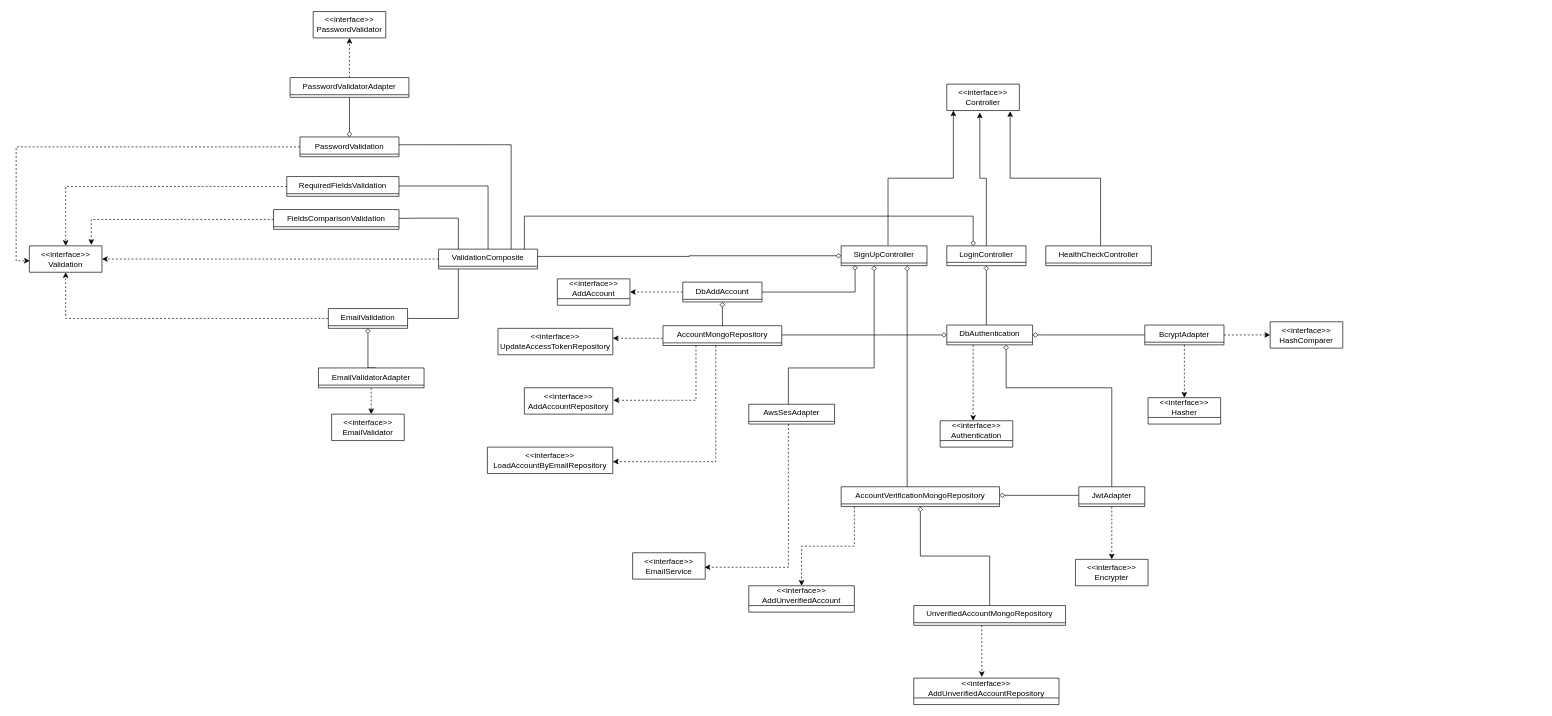
Earlier version of the draw.io diagram diagrams/UML/node-api.class.drawio (guimassoqueto/node-clean-api). Source tidied: cells renumbered, new cells numbered last; positions are measured from the earlier drawing's top-left corner, leaving out a move shared by most shapes. Both pictures are drawn from the tidied source at 66%, with x=0, y=0 at pixel (29, 11).
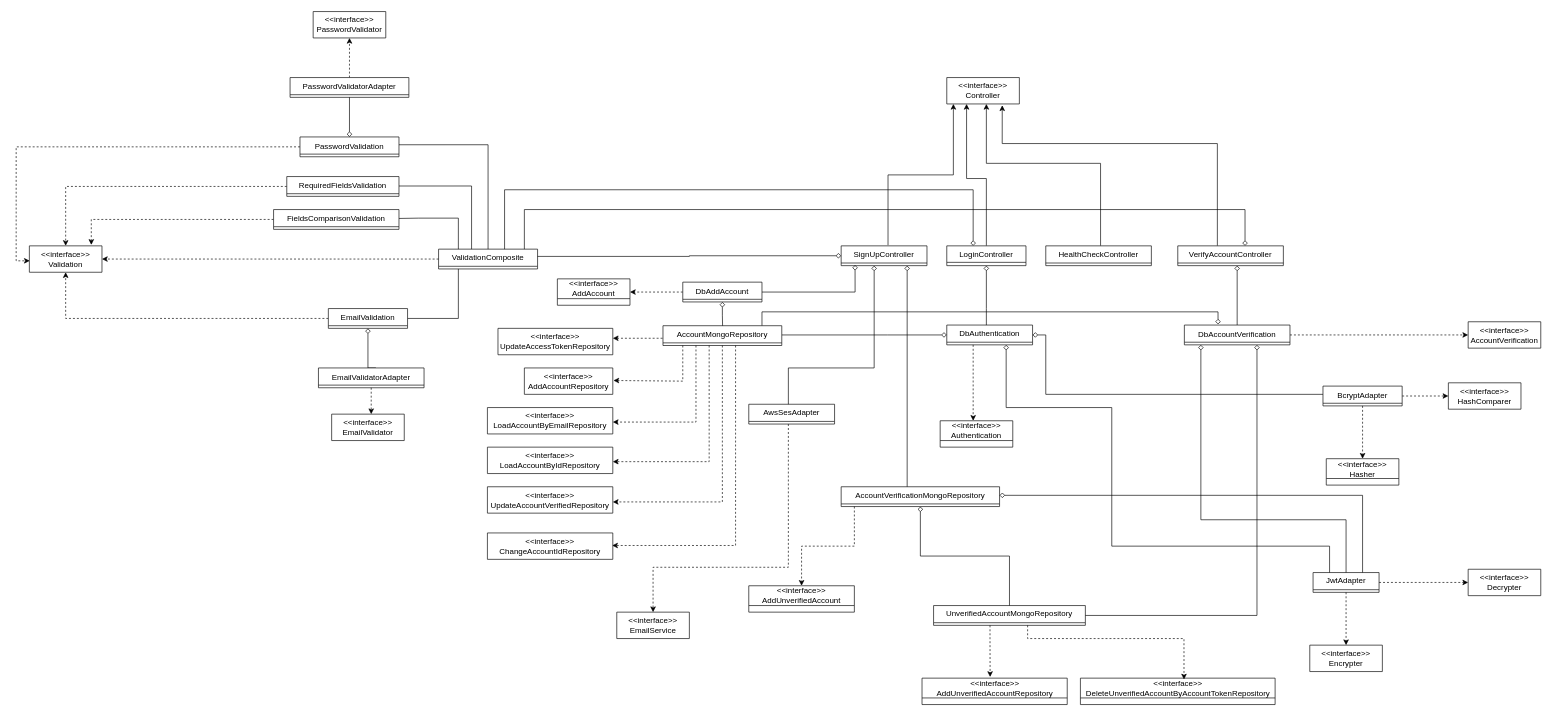
The same diagram, later.

Commit message (it also covers changes not shown here):
docs: update class diagram

The change refers to these unchanged cells:
```xml
<mxCell id="22" value="DbAuthentication" style="swimlane;fontStyle=0;horizontal=1;startSize=26;fillColor=none;whiteSpace=wrap;html=1;" parent="1" vertex="1" collapsed="1">
  <mxGeometry x="1390" y="475" width="130" height="30" as="geometry" />
</mxCell>
<mxCell id="29" value="AccountMongoRepository" style="swimlane;fontStyle=0;align=center;verticalAlign=top;horizontal=1;startSize=26;whiteSpace=wrap;html=1;" parent="1" vertex="1" collapsed="1">
  <mxGeometry x="960" y="476" width="180" height="30" as="geometry" />
</mxCell>
<mxCell id="37" value="ValidationComposite" style="swimlane;fontStyle=0;horizontal=1;startSize=26;fillColor=none;whiteSpace=wrap;html=1;" parent="1" vertex="1" collapsed="1">
  <mxGeometry x="620" y="360" width="150" height="30" as="geometry" />
</mxCell>
<mxCell id="45" value="PasswordValidation" style="swimlane;fontStyle=0;align=center;verticalAlign=top;horizontal=1;startSize=26;whiteSpace=wrap;html=1;" parent="1" vertex="1" collapsed="1">
  <mxGeometry x="410" y="190" width="150" height="30" as="geometry" />
</mxCell>
<mxCell id="47" value="RequiredFieldsValidation" style="swimlane;fontStyle=0;align=center;verticalAlign=top;horizontal=1;startSize=26;whiteSpace=wrap;html=1;" parent="1" vertex="1" collapsed="1">
  <mxGeometry x="390" y="250" width="170" height="30" as="geometry" />
</mxCell>
<mxCell id="54" value="LoginController" style="swimlane;fontStyle=0;align=center;verticalAlign=top;horizontal=1;startSize=25;whiteSpace=wrap;html=1;" parent="1" vertex="1" collapsed="1">
  <mxGeometry x="1390" y="355" width="120" height="30" as="geometry" />
</mxCell>
<mxCell id="56" value="HealthCheckController" style="swimlane;fontStyle=0;align=center;verticalAlign=top;horizontal=1;startSize=26;whiteSpace=wrap;html=1;" parent="1" vertex="1" collapsed="1">
  <mxGeometry x="1540" y="355" width="160" height="30" as="geometry" />
</mxCell>
<mxCell id="65" value="AccountVerificationMongoRepository" style="swimlane;fontStyle=0;horizontal=1;startSize=26;fillColor=none;whiteSpace=wrap;html=1;" parent="1" vertex="1" collapsed="1">
  <mxGeometry x="1230" y="720" width="240" height="30" as="geometry" />
</mxCell>
<mxCell id="69" value="AwsSesAdapter" style="swimlane;fontStyle=0;horizontal=1;startSize=26;fillColor=none;whiteSpace=wrap;html=1;" parent="1" vertex="1" collapsed="1">
  <mxGeometry x="1090" y="595" width="130" height="30" as="geometry" />
</mxCell>
```

Change to the diagram source:
```diff
@@
     <mxCell id="4" value="&amp;lt;&amp;lt;interface&amp;gt;&amp;gt;&lt;br&gt;Hasher" style="swimlane;fontStyle=0;horizontal=1;startSize=30;fillColor=none;whiteSpace=wrap;html=1;" parent="1" vertex="1" collapsed="1">
-      <mxGeometry x="1695" y="585" width="110" height="40" as="geometry" />
+      <mxGeometry x="1965" y="677.5" width="110" height="40" as="geometry" />
     </mxCell>
     <mxCell id="5" value="&amp;lt;&amp;lt;interface&amp;gt;&amp;gt;&lt;br&gt;HashComparer" style="swimlane;fontStyle=0;horizontal=1;startSize=40;fillColor=none;whiteSpace=wrap;html=1;" parent="1" vertex="1" collapsed="1">
-      <mxGeometry x="1880" y="470" width="110" height="40" as="geometry" />
+      <mxGeometry x="2150" y="562.5" width="110" height="40" as="geometry" />
     </mxCell>
     <mxCell id="6" value="&amp;lt;&amp;lt;interface&amp;gt;&amp;gt;&lt;br&gt;Encrypter" style="swimlane;fontStyle=0;horizontal=1;startSize=40;fillColor=none;whiteSpace=wrap;html=1;" parent="1" vertex="1" collapsed="1">
-      <mxGeometry x="1585" y="830" width="110" height="40" as="geometry" />
+      <mxGeometry x="1940" y="960" width="110" height="40" as="geometry" />
     </mxCell>
     <mxCell id="7" value="&amp;lt;&amp;lt;interface&amp;gt;&amp;gt;&lt;br&gt;AddAccountRepository" style="swimlane;fontStyle=0;horizontal=1;startSize=40;fillColor=none;whiteSpace=wrap;html=1;" parent="1" vertex="1" collapsed="1">
-      <mxGeometry x="750" y="570" width="134" height="40" as="geometry" />
+      <mxGeometry x="750" y="540" width="134" height="40" as="geometry" />
     </mxCell>
     <mxCell id="8" value="&amp;lt;&amp;lt;interface&amp;gt;&amp;gt;&lt;br&gt;LoadAccountByEmailRepository" style="swimlane;fontStyle=0;horizontal=1;startSize=40;fillColor=none;whiteSpace=wrap;html=1;" parent="1" vertex="1" collapsed="1">
-      <mxGeometry x="694" y="660" width="190" height="40" as="geometry" />
+      <mxGeometry x="694" y="600" width="190" height="40" as="geometry" />
     </mxCell>
@@
     <mxCell id="13" value="&amp;lt;&amp;lt;interface&amp;gt;&amp;gt;&lt;br&gt;Controller" style="swimlane;fontStyle=0;horizontal=1;startSize=40;fillColor=none;whiteSpace=wrap;html=1;" parent="1" vertex="1" collapsed="1">
-      <mxGeometry x="1390" y="110" width="110" height="40" as="geometry" />
+      <mxGeometry x="1390" y="100" width="110" height="40" as="geometry" />
     </mxCell>
@@
     <mxCell id="21" style="edgeStyle=orthogonalEdgeStyle;rounded=0;jettySize=auto;html=1;endArrow=none;endFill=0;startArrow=diamond;startFill=0;" parent="1" edge="1" source="22" target="59">
       <mxGeometry relative="1" as="geometry">
         <Array as="points">
           <mxPoint x="1540" y="490" />
-          <mxPoint x="1540" y="490" />
+          <mxPoint x="1540" y="580" />
+          <mxPoint x="1970" y="580" />
         </Array>
       </mxGeometry>
     </mxCell>
@@
     <mxCell id="24" style="edgeStyle=orthogonalEdgeStyle;rounded=0;jettySize=auto;html=1;endArrow=diamond;endFill=0;" parent="1" edge="1" source="26" target="22">
       <mxGeometry relative="1" as="geometry">
         <Array as="points">
-          <mxPoint x="1480" y="570" />
+          <mxPoint x="1970" y="810" />
+          <mxPoint x="1640" y="810" />
+          <mxPoint x="1640" y="600" />
+          <mxPoint x="1480" y="600" />
         </Array>
       </mxGeometry>
     </mxCell>
     <mxCell id="25" style="edgeStyle=orthogonalEdgeStyle;rounded=0;jettySize=auto;html=1;entryX=1;entryY=0.433;entryDx=0;entryDy=0;entryPerimeter=0;endArrow=diamond;endFill=0;" parent="1" edge="1" source="26" target="65">
       <mxGeometry relative="1" as="geometry">
         <Array as="points">
-          <mxPoint x="1530" y="733" />
-          <mxPoint x="1530" y="733" />
+          <mxPoint x="2020" y="733" />
         </Array>
       </mxGeometry>
     </mxCell>
+    <mxCell id="74" style="edgeStyle=orthogonalEdgeStyle;rounded=0;jettySize=auto;html=1;dashed=1;" parent="1" edge="1" source="26" target="87">
+      <mxGeometry relative="1" as="geometry" />
+    </mxCell>
+    <mxCell id="75" style="edgeStyle=orthogonalEdgeStyle;rounded=0;orthogonalLoop=1;jettySize=auto;html=1;endArrow=diamond;endFill=0;" parent="1" edge="1">
+      <mxGeometry relative="1" as="geometry">
+        <mxPoint x="1995" y="850" as="sourcePoint" />
+        <mxPoint x="1775" y="505" as="targetPoint" />
+        <Array as="points">
+          <mxPoint x="1995" y="770" />
+          <mxPoint x="1775" y="770" />
+        </Array>
+      </mxGeometry>
+    </mxCell>
     <mxCell id="26" value="JwtAdapter" style="swimlane;fontStyle=0;horizontal=1;startSize=26;fillColor=none;whiteSpace=wrap;html=1;" parent="1" vertex="1" collapsed="1">
-      <mxGeometry x="1590" y="720" width="100" height="30" as="geometry" />
+      <mxGeometry x="1945" y="850" width="100" height="30" as="geometry" />
     </mxCell>
     <mxCell id="27" style="edgeStyle=orthogonalEdgeStyle;rounded=0;jettySize=auto;html=1;dashed=1;entryX=1.007;entryY=0.475;entryDx=0;entryDy=0;entryPerimeter=0;" parent="1" edge="1" source="29" target="7">
       <mxGeometry relative="1" as="geometry">
         <Array as="points">
-          <mxPoint x="1010" y="589" />
+          <mxPoint x="990" y="560" />
         </Array>
       </mxGeometry>
     </mxCell>
     <mxCell id="28" style="edgeStyle=orthogonalEdgeStyle;rounded=0;jettySize=auto;html=1;entryX=1;entryY=0.55;entryDx=0;entryDy=0;entryPerimeter=0;dashed=1;" parent="1" edge="1" source="29" target="8">
       <mxGeometry relative="1" as="geometry">
         <Array as="points">
-          <mxPoint x="1040" y="682" />
+          <mxPoint x="1010" y="622" />
         </Array>
       </mxGeometry>
     </mxCell>
+    <mxCell id="76" style="edgeStyle=orthogonalEdgeStyle;rounded=0;jettySize=auto;html=1;entryX=1;entryY=0.55;entryDx=0;entryDy=0;entryPerimeter=0;dashed=1;" parent="1" edge="1" source="29" target="83">
+      <mxGeometry relative="1" as="geometry">
+        <Array as="points">
+          <mxPoint x="1030" y="682" />
+        </Array>
+      </mxGeometry>
+    </mxCell>
+    <mxCell id="77" style="edgeStyle=orthogonalEdgeStyle;rounded=0;jettySize=auto;html=1;entryX=1;entryY=0.575;entryDx=0;entryDy=0;entryPerimeter=0;dashed=1;" parent="1" edge="1" source="29" target="84">
+      <mxGeometry relative="1" as="geometry">
+        <Array as="points">
+          <mxPoint x="1050" y="743" />
+        </Array>
+      </mxGeometry>
+    </mxCell>
+    <mxCell id="78" style="edgeStyle=orthogonalEdgeStyle;rounded=0;jettySize=auto;html=1;entryX=0.995;entryY=0.475;entryDx=0;entryDy=0;entryPerimeter=0;dashed=1;" parent="1" edge="1" source="29" target="85">
+      <mxGeometry relative="1" as="geometry">
+        <Array as="points">
+          <mxPoint x="1070" y="809" />
+        </Array>
+      </mxGeometry>
+    </mxCell>
+    <mxCell id="79" style="edgeStyle=orthogonalEdgeStyle;rounded=0;jettySize=auto;html=1;entryX=0.319;entryY=-0.033;entryDx=0;entryDy=0;entryPerimeter=0;endArrow=diamond;endFill=0;" parent="1" edge="1" source="29" target="93">
+      <mxGeometry relative="1" as="geometry">
+        <Array as="points">
+          <mxPoint x="1110" y="455" />
+          <mxPoint x="1801" y="455" />
+        </Array>
+      </mxGeometry>
+    </mxCell>
@@
     <mxCell id="34" style="edgeStyle=orthogonalEdgeStyle;rounded=0;jettySize=auto;html=1;entryX=0.998;entryY=0.478;entryDx=0;entryDy=0;entryPerimeter=0;endArrow=none;endFill=0;" parent="1" edge="1" source="37" target="47">
       <mxGeometry relative="1" as="geometry">
         <Array as="points">
-          <mxPoint x="695" y="264" />
+          <mxPoint x="670" y="264" />
         </Array>
       </mxGeometry>
     </mxCell>
     <mxCell id="35" style="edgeStyle=orthogonalEdgeStyle;rounded=0;jettySize=auto;html=1;entryX=0.998;entryY=0.394;entryDx=0;entryDy=0;entryPerimeter=0;endArrow=none;endFill=0;" parent="1" edge="1" source="37" target="45">
       <mxGeometry relative="1" as="geometry">
         <Array as="points">
-          <mxPoint x="730" y="202" />
+          <mxPoint x="695" y="202" />
         </Array>
       </mxGeometry>
     </mxCell>
@@
+    <mxCell id="80" style="edgeStyle=orthogonalEdgeStyle;rounded=0;jettySize=auto;html=1;entryX=0.637;entryY=0;entryDx=0;entryDy=0;entryPerimeter=0;endArrow=diamond;endFill=0;" parent="1" edge="1" source="37" target="89">
+      <mxGeometry relative="1" as="geometry">
+        <Array as="points">
+          <mxPoint x="750" y="300" />
+          <mxPoint x="1841" y="300" />
+        </Array>
+      </mxGeometry>
+    </mxCell>
@@
-    <mxCell id="51" style="edgeStyle=orthogonalEdgeStyle;rounded=0;jettySize=auto;html=1;entryX=0.455;entryY=1.075;entryDx=0;entryDy=0;entryPerimeter=0;" parent="1" edge="1" source="54" target="13">
-      <mxGeometry relative="1" as="geometry" />
+    <mxCell id="51" style="edgeStyle=orthogonalEdgeStyle;rounded=0;jettySize=auto;html=1;" parent="1" edge="1" source="54" target="13">
+      <mxGeometry relative="1" as="geometry">
+        <Array as="points">
+          <mxPoint x="1450" y="253" />
+          <mxPoint x="1420" y="253" />
+        </Array>
+      </mxGeometry>
     </mxCell>
@@
     <mxCell id="53" style="edgeStyle=orthogonalEdgeStyle;rounded=0;jettySize=auto;html=1;endArrow=none;endFill=0;startArrow=diamond;startFill=0;" parent="1" edge="1" source="54" target="37">
       <mxGeometry relative="1" as="geometry">
         <Array as="points">
-          <mxPoint x="1430" y="310" />
-          <mxPoint x="750" y="310" />
+          <mxPoint x="1430" y="270" />
+          <mxPoint x="720" y="270" />
         </Array>
       </mxGeometry>
     </mxCell>
@@
-    <mxCell id="55" style="edgeStyle=orthogonalEdgeStyle;rounded=0;jettySize=auto;html=1;entryX=0.873;entryY=1.025;entryDx=0;entryDy=0;entryPerimeter=0;exitX=0.519;exitY=0;exitDx=0;exitDy=0;exitPerimeter=0;" parent="1" edge="1" source="56" target="13">
-      <mxGeometry relative="1" as="geometry" />
+    <mxCell id="55" style="edgeStyle=orthogonalEdgeStyle;rounded=0;jettySize=auto;html=1;exitX=0.519;exitY=0;exitDx=0;exitDy=0;exitPerimeter=0;" parent="1" edge="1" source="56" target="13">
+      <mxGeometry relative="1" as="geometry">
+        <Array as="points">
+          <mxPoint x="1623" y="230" />
+          <mxPoint x="1450" y="230" />
+        </Array>
+      </mxGeometry>
     </mxCell>
@@
     <mxCell id="59" value="&lt;span style=&quot;font-weight: normal;&quot;&gt;BcryptAdapter&lt;/span&gt;" style="swimlane;fontStyle=1;align=center;verticalAlign=top;horizontal=1;startSize=26;whiteSpace=wrap;html=1;" parent="1" vertex="1" collapsed="1">
-      <mxGeometry x="1690" y="475" width="120" height="30" as="geometry" />
+      <mxGeometry x="1960" y="567.5" width="120" height="30" as="geometry" />
     </mxCell>
@@
     <mxCell id="66" value="&amp;lt;&amp;lt;interface&amp;gt;&amp;gt;&lt;br&gt;EmailService" style="swimlane;fontStyle=0;horizontal=1;startSize=40;fillColor=none;whiteSpace=wrap;html=1;" parent="1" vertex="1" collapsed="1">
-      <mxGeometry x="914" y="820" width="110" height="40" as="geometry" />
+      <mxGeometry x="890" y="910" width="110" height="40" as="geometry" />
     </mxCell>
-    <mxCell id="67" style="edgeStyle=orthogonalEdgeStyle;rounded=0;jettySize=auto;html=1;entryX=0.991;entryY=0.55;entryDx=0;entryDy=0;entryPerimeter=0;dashed=1;" parent="1" edge="1" source="69" target="66">
+    <mxCell id="67" style="edgeStyle=orthogonalEdgeStyle;rounded=0;jettySize=auto;html=1;dashed=1;" parent="1" edge="1" source="69" target="66">
       <mxGeometry relative="1" as="geometry">
         <Array as="points">
           <mxPoint x="1150" y="842" />
+          <mxPoint x="945" y="842" />
         </Array>
       </mxGeometry>
     </mxCell>
@@
     <mxCell id="70" value="&amp;lt;&amp;lt;interface&amp;gt;&amp;gt;&lt;br&gt;AddUnverifiedAccountRepository" style="swimlane;fontStyle=0;horizontal=1;startSize=30;fillColor=none;whiteSpace=wrap;html=1;" parent="1" vertex="1" collapsed="1">
-      <mxGeometry x="1340" y="1010" width="220" height="40" as="geometry" />
+      <mxGeometry x="1352.5" y="1010" width="220" height="40" as="geometry" />
     </mxCell>
     <mxCell id="71" style="edgeStyle=orthogonalEdgeStyle;rounded=0;jettySize=auto;html=1;entryX=0.469;entryY=-0.045;entryDx=0;entryDy=0;entryPerimeter=0;dashed=1;" parent="1" edge="1" source="73" target="70">
       <mxGeometry relative="1" as="geometry">
         <Array as="points">
-          <mxPoint x="1443" y="950" />
-          <mxPoint x="1443" y="950" />
+          <mxPoint x="1455.5" y="950" />
+          <mxPoint x="1455.5" y="950" />
         </Array>
       </mxGeometry>
     </mxCell>
@@
+    <mxCell id="81" style="edgeStyle=orthogonalEdgeStyle;rounded=0;jettySize=auto;html=1;entryX=0.532;entryY=0.05;entryDx=0;entryDy=0;entryPerimeter=0;dashed=1;" parent="1" edge="1" source="73" target="86">
+      <mxGeometry relative="1" as="geometry">
+        <Array as="points">
+          <mxPoint x="1512.5" y="950" />
+          <mxPoint x="1749.5" y="950" />
+        </Array>
+      </mxGeometry>
+    </mxCell>
+    <mxCell id="82" style="edgeStyle=orthogonalEdgeStyle;rounded=0;jettySize=auto;html=1;endArrow=diamond;endFill=0;" parent="1" edge="1" source="73" target="93">
+      <mxGeometry relative="1" as="geometry">
+        <Array as="points">
+          <mxPoint x="1860" y="915" />
+        </Array>
+      </mxGeometry>
+    </mxCell>
     <mxCell id="73" value="UnverifiedAccountMongoRepository" style="swimlane;fontStyle=0;horizontal=1;startSize=26;fillColor=none;whiteSpace=wrap;html=1;" parent="1" vertex="1" collapsed="1">
-      <mxGeometry x="1340" y="900" width="230" height="30" as="geometry" />
+      <mxGeometry x="1370" y="900" width="230" height="30" as="geometry" />
     </mxCell>
+    <mxCell id="83" value="&amp;lt;&amp;lt;interface&amp;gt;&amp;gt;&lt;br&gt;LoadAccountByIdRepository" style="swimlane;fontStyle=0;horizontal=1;startSize=40;fillColor=none;whiteSpace=wrap;html=1;" parent="1" vertex="1" collapsed="1">
+      <mxGeometry x="694" y="660" width="190" height="40" as="geometry" />
+    </mxCell>
+    <mxCell id="84" value="&amp;lt;&amp;lt;interface&amp;gt;&amp;gt;&lt;br&gt;UpdateAccountVerifiedRepository" style="swimlane;fontStyle=0;horizontal=1;startSize=40;fillColor=none;whiteSpace=wrap;html=1;" parent="1" vertex="1" collapsed="1">
+      <mxGeometry x="694" y="720" width="190" height="40" as="geometry" />
+    </mxCell>
+    <mxCell id="85" value="&amp;lt;&amp;lt;interface&amp;gt;&amp;gt;&lt;br&gt;ChangeAccountIdRepository" style="swimlane;fontStyle=0;horizontal=1;startSize=40;fillColor=none;whiteSpace=wrap;html=1;" parent="1" vertex="1" collapsed="1">
+      <mxGeometry x="694" y="790" width="190" height="40" as="geometry" />
+    </mxCell>
+    <mxCell id="86" value="&amp;lt;&amp;lt;interface&amp;gt;&amp;gt;&lt;br&gt;DeleteUnverifiedAccountByAccountTokenRepository" style="swimlane;fontStyle=0;horizontal=1;startSize=30;fillColor=none;whiteSpace=wrap;html=1;" parent="1" vertex="1" collapsed="1">
+      <mxGeometry x="1592.5" y="1010" width="295" height="40" as="geometry" />
+    </mxCell>
+    <mxCell id="87" value="&amp;lt;&amp;lt;interface&amp;gt;&amp;gt;&lt;br&gt;Decrypter" style="swimlane;fontStyle=0;horizontal=1;startSize=40;fillColor=none;whiteSpace=wrap;html=1;" parent="1" vertex="1" collapsed="1">
+      <mxGeometry x="2180" y="845" width="110" height="40" as="geometry" />
+    </mxCell>
+    <mxCell id="88" style="edgeStyle=orthogonalEdgeStyle;rounded=0;jettySize=auto;html=1;entryX=0.764;entryY=1.05;entryDx=0;entryDy=0;entryPerimeter=0;" parent="1" edge="1" source="89" target="13">
+      <mxGeometry relative="1" as="geometry">
+        <Array as="points">
+          <mxPoint x="1800" y="200" />
+          <mxPoint x="1474" y="200" />
+        </Array>
+      </mxGeometry>
+    </mxCell>
+    <mxCell id="89" value="VerifyAccountController" style="swimlane;fontStyle=0;align=center;verticalAlign=top;horizontal=1;startSize=26;whiteSpace=wrap;html=1;" parent="1" vertex="1" collapsed="1">
+      <mxGeometry x="1740" y="355" width="160" height="30" as="geometry" />
+    </mxCell>
+    <mxCell id="90" value="&amp;lt;&amp;lt;interface&amp;gt;&amp;gt;&lt;br&gt;AccountVerification" style="swimlane;fontStyle=0;horizontal=1;startSize=40;fillColor=none;whiteSpace=wrap;html=1;" parent="1" vertex="1" collapsed="1">
+      <mxGeometry x="2180" y="470" width="110" height="40" as="geometry" />
+    </mxCell>
+    <mxCell id="91" style="edgeStyle=orthogonalEdgeStyle;rounded=0;jettySize=auto;html=1;endArrow=diamond;endFill=0;" parent="1" edge="1" source="93" target="89">
+      <mxGeometry relative="1" as="geometry">
+        <Array as="points">
+          <mxPoint x="1820" y="490" />
+          <mxPoint x="1820" y="490" />
+        </Array>
+      </mxGeometry>
+    </mxCell>
+    <mxCell id="92" style="edgeStyle=orthogonalEdgeStyle;rounded=0;jettySize=auto;html=1;dashed=1;" parent="1" edge="1" source="93" target="90">
+      <mxGeometry relative="1" as="geometry" />
+    </mxCell>
+    <mxCell id="93" value="&lt;span style=&quot;font-weight: normal;&quot;&gt;DbAccountVerification&lt;/span&gt;" style="swimlane;fontStyle=1;align=center;verticalAlign=top;horizontal=1;startSize=26;whiteSpace=wrap;html=1;" parent="1" vertex="1" collapsed="1">
+      <mxGeometry x="1750" y="475" width="160" height="30" as="geometry" />
+    </mxCell>
```
